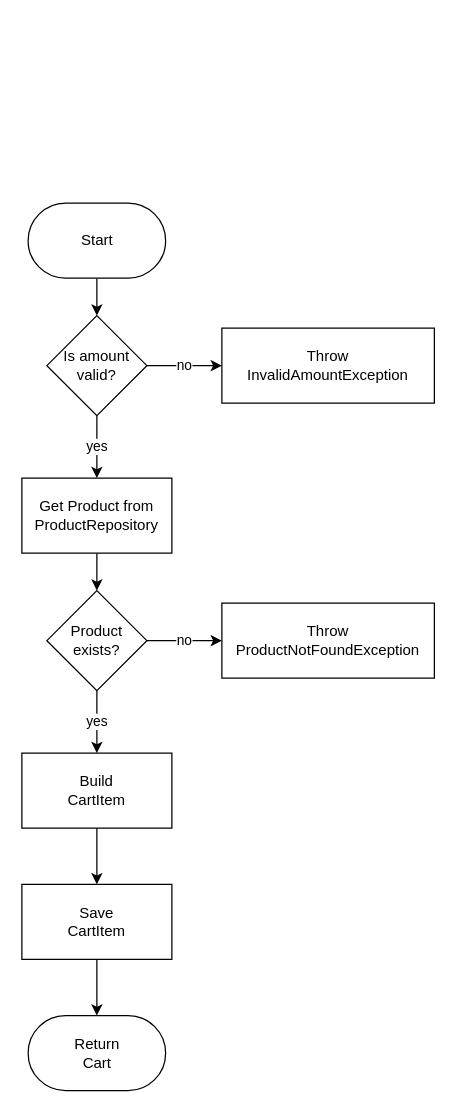
Before: page "AddProductToCartAction" (2 of 3) of docs/schematics/actions.drawio.xml in sirbaconjr/simple-cart-api, a draw.io diagram. Source tidied: cells renumbered, new cells numbered last; positions are measured from the earlier drawing's top-left corner, leaving out a move shared by most shapes. Both pictures are drawn from the tidied source at 125%, with x=0, y=0 at pixel (21, 202).
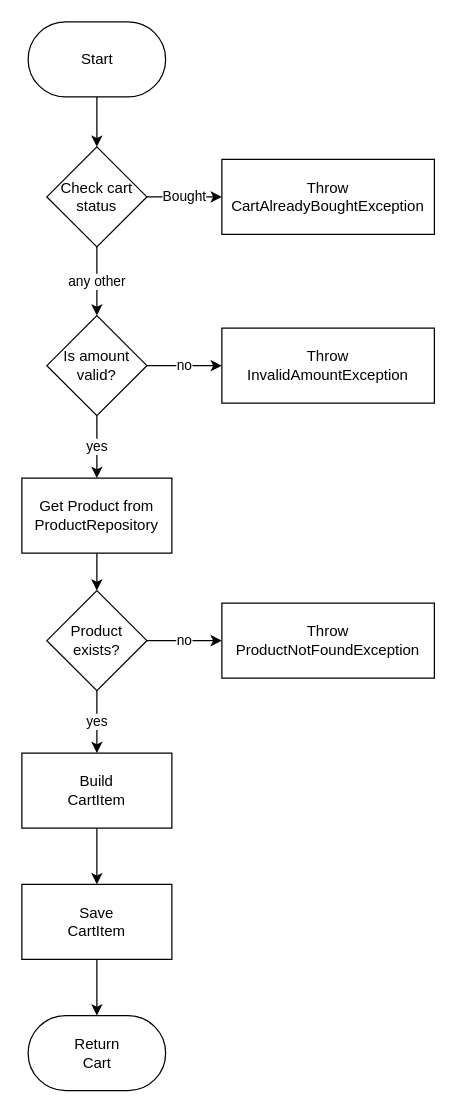
After the change.

The change refers to these unchanged cells:
```xml
<mxCell id="14" value="Is amount&lt;br&gt;valid?" style="rhombus;whiteSpace=wrap;html=1;rounded=0;" parent="1" vertex="1">
  <mxGeometry x="20" y="90" width="80" height="80" as="geometry" />
</mxCell>
```

The edit, as a diff of the source:
```diff
@@
-    <mxCell id="4" style="edgeStyle=orthogonalEdgeStyle;rounded=0;jettySize=auto;html=1;" parent="1" edge="1" source="5" target="14">
-      <mxGeometry relative="1" as="geometry" />
-    </mxCell>
+    <mxCell id="19" style="edgeStyle=orthogonalEdgeStyle;rounded=0;jettySize=auto;html=1;" parent="1" edge="1" source="5" target="22">
+      <mxGeometry relative="1" as="geometry" />
+    </mxCell>
     <mxCell id="5" value="Start" style="html=1;dashed=0;whitespace=wrap;shape=mxgraph.dfd.start;" parent="1" vertex="1">
-      <mxGeometry x="5" width="110" height="60" as="geometry" />
+      <mxGeometry x="5" y="-145" width="110" height="60" as="geometry" />
     </mxCell>
@@
+    <mxCell id="20" value="Bought" style="edgeStyle=orthogonalEdgeStyle;rounded=0;jettySize=auto;html=1;" parent="1" edge="1" source="22" target="23">
+      <mxGeometry relative="1" as="geometry" />
+    </mxCell>
+    <mxCell id="21" value="any other" style="edgeStyle=orthogonalEdgeStyle;rounded=0;jettySize=auto;html=1;" parent="1" edge="1" source="22" target="14">
+      <mxGeometry relative="1" as="geometry" />
+    </mxCell>
+    <mxCell id="22" value="Check cart&lt;br&gt;status" style="rhombus;whiteSpace=wrap;html=1;rounded=0;" parent="1" vertex="1">
+      <mxGeometry x="20" y="-45" width="80" height="80" as="geometry" />
+    </mxCell>
+    <mxCell id="23" value="Throw&lt;br&gt;CartAlreadyBoughtException" style="whiteSpace=wrap;html=1;rounded=0;" parent="1" vertex="1">
+      <mxGeometry x="160" y="-35" width="170" height="60" as="geometry" />
+    </mxCell>
```
